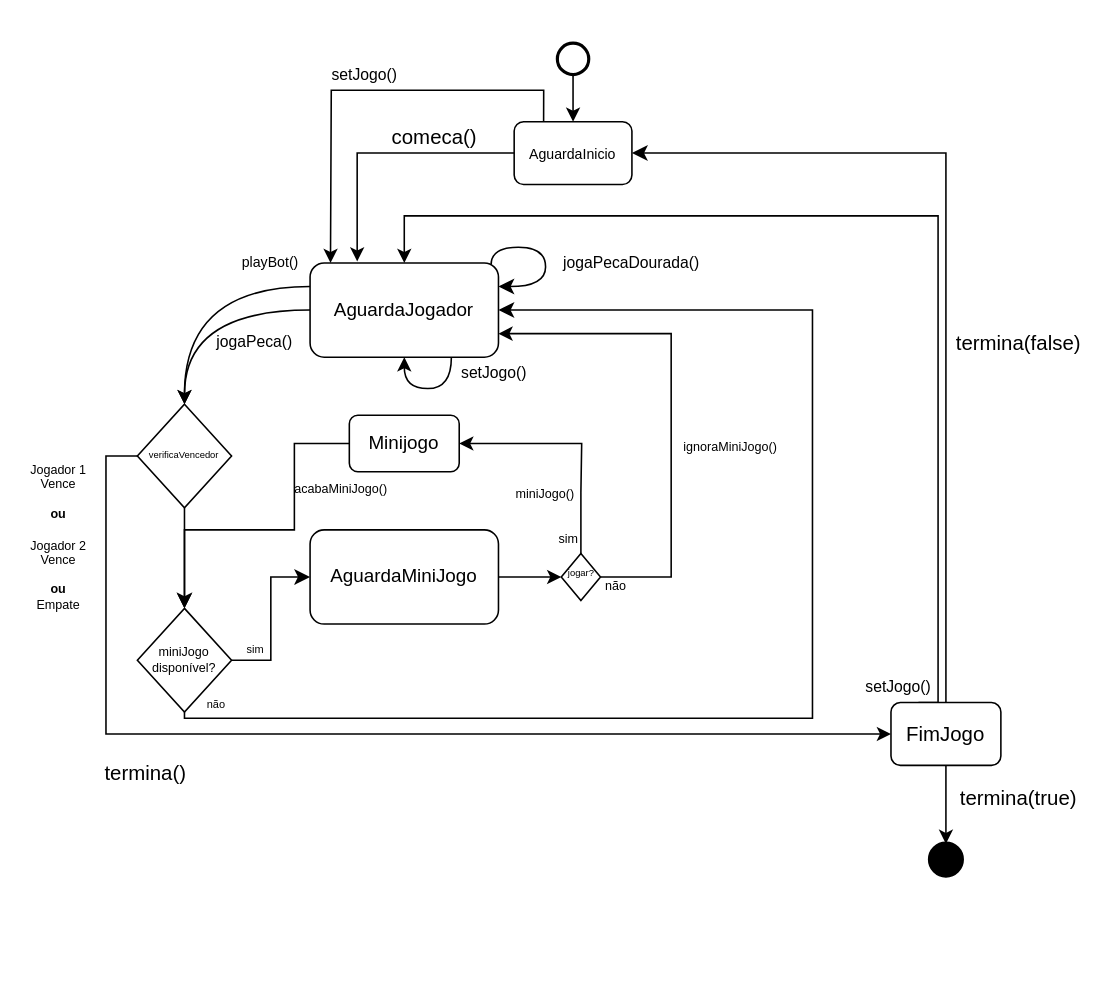
This is DiagramaMaquinaEstados.drawio from sirNugg3ts/Trabalho_PA_2021, a draw.io file, before an edit. Source tidied: cells renumbered, new cells numbered last; positions are measured from the earlier drawing's top-left corner, leaving out a move shared by most shapes. Both pictures are drawn from the tidied source at 157%, with x=0, y=0 at pixel (27, 42).
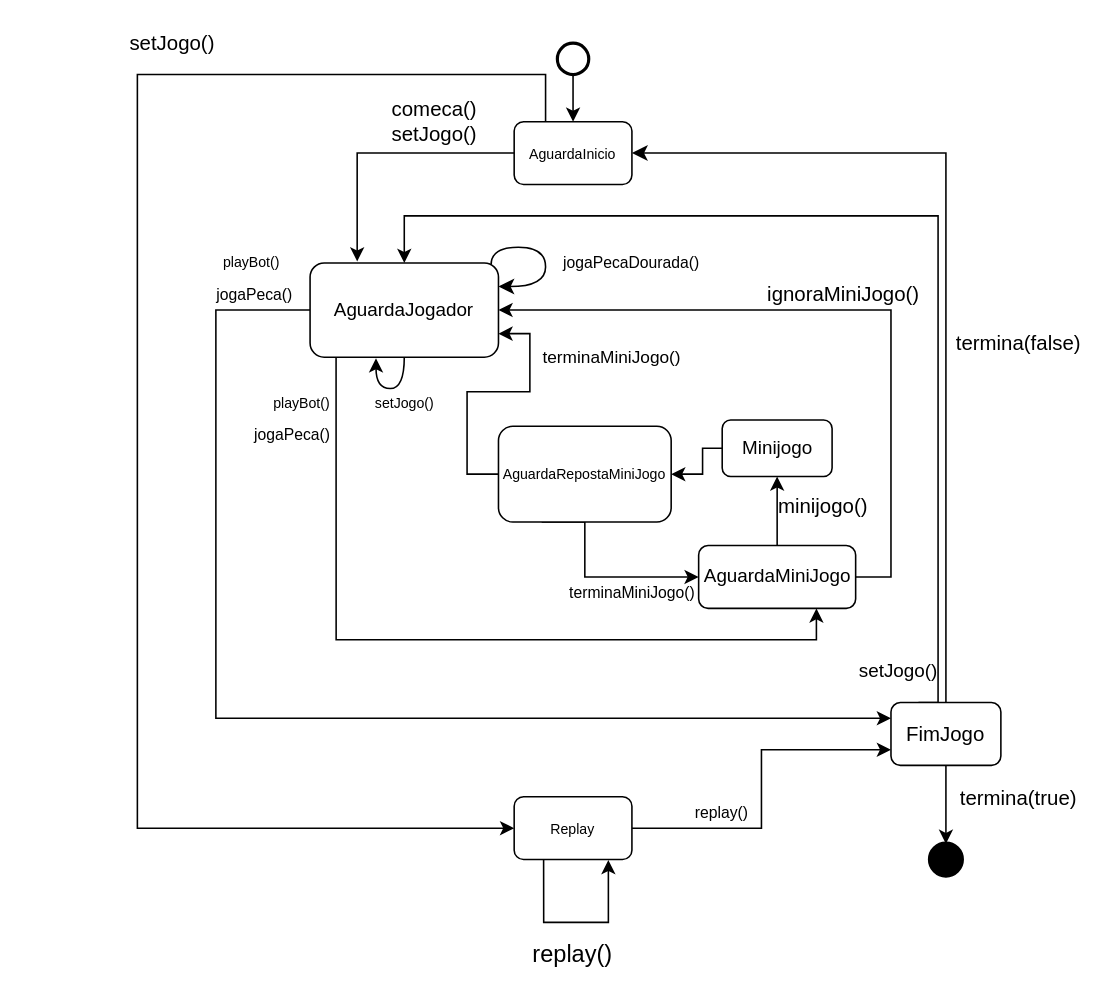
The same page after the edit.

The change refers to these unchanged cells:
```xml
<mxCell id="6" value="&lt;font style=&quot;font-size: 9px&quot;&gt;AguardaInicio&lt;/font&gt;" style="rounded=1;whiteSpace=wrap;html=1;" parent="1" vertex="1">
  <mxGeometry x="310" y="50" width="75" height="40" as="geometry" />
</mxCell>
<mxCell id="11" value="AguardaJogador" style="rounded=1;whiteSpace=wrap;html=1;" parent="1" vertex="1">
  <mxGeometry x="180" y="140" width="120" height="60" as="geometry" />
</mxCell>
<mxCell id="31" value="FimJogo" style="rounded=1;whiteSpace=wrap;html=1;fontSize=13;align=center;" parent="1" vertex="1">
  <mxGeometry x="550" y="420" width="70" height="40" as="geometry" />
</mxCell>
```

Diff of the diagram source:
```diff
@@
-    <mxCell id="5" style="edgeStyle=orthogonalEdgeStyle;rounded=0;jettySize=auto;html=1;exitX=0.25;exitY=0;exitDx=0;exitDy=0;" parent="1" edge="1" source="6">
-      <mxGeometry relative="1" as="geometry">
-        <mxPoint x="193" y="140" as="targetPoint" />
-      </mxGeometry>
-    </mxCell>
+    <mxCell id="49" style="edgeStyle=orthogonalEdgeStyle;rounded=0;jettySize=auto;html=1;entryX=0;entryY=0.5;entryDx=0;entryDy=0;" parent="1" edge="1" source="6" target="62">
+      <mxGeometry relative="1" as="geometry">
+        <Array as="points">
+          <mxPoint x="330" y="20" />
+          <mxPoint x="70" y="20" />
+          <mxPoint x="70" y="500" />
+        </Array>
+      </mxGeometry>
+    </mxCell>
@@
-    <mxCell id="7" style="edgeStyle=orthogonalEdgeStyle;curved=1;jettySize=auto;html=1;exitX=0;exitY=0.5;exitDx=0;exitDy=0;fontSize=5;entryX=0.5;entryY=0;entryDx=0;entryDy=0;" parent="1" edge="1" source="11" target="26">
-      <mxGeometry relative="1" as="geometry">
-        <Array as="points">
-          <mxPoint x="100" y="170" />
-        </Array>
-      </mxGeometry>
-    </mxCell>
-    <mxCell id="8" style="edgeStyle=orthogonalEdgeStyle;curved=1;jettySize=auto;html=1;exitX=0;exitY=0.25;exitDx=0;exitDy=0;fontSize=6;" parent="1" edge="1" source="11">
+    <mxCell id="8" style="edgeStyle=orthogonalEdgeStyle;jettySize=auto;html=1;exitX=0.138;exitY=0.993;exitDx=0;exitDy=0;fontSize=6;entryX=0.75;entryY=1;entryDx=0;entryDy=0;rounded=0;exitPerimeter=0;" parent="1" edge="1" source="11" target="13">
       <mxGeometry relative="1" as="geometry">
-        <mxPoint x="100" y="230" as="targetPoint" />
         <Array as="points">
-          <mxPoint x="100" y="155" />
+          <mxPoint x="197" y="380" />
+          <mxPoint x="503" y="380" />
         </Array>
       </mxGeometry>
     </mxCell>
@@
-    <mxCell id="10" style="edgeStyle=orthogonalEdgeStyle;orthogonalLoop=1;jettySize=auto;html=1;exitX=0.75;exitY=1;exitDx=0;exitDy=0;curved=1;entryX=0.5;entryY=1;entryDx=0;entryDy=0;" parent="1" edge="1" source="11" target="11">
+    <mxCell id="10" style="edgeStyle=orthogonalEdgeStyle;orthogonalLoop=1;jettySize=auto;html=1;exitX=0.5;exitY=1;exitDx=0;exitDy=0;curved=1;entryX=0.35;entryY=1.012;entryDx=0;entryDy=0;entryPerimeter=0;" parent="1" edge="1" source="11" target="11">
       <mxGeometry relative="1" as="geometry">
         <Array as="points">
-          <mxPoint x="270" y="220" />
           <mxPoint x="240" y="220" />
+          <mxPoint x="222" y="220" />
         </Array>
       </mxGeometry>
     </mxCell>
+    <mxCell id="50" style="edgeStyle=orthogonalEdgeStyle;rounded=0;jettySize=auto;html=1;exitX=0;exitY=0.5;exitDx=0;exitDy=0;entryX=0;entryY=0.25;entryDx=0;entryDy=0;fontSize=6;strokeColor=#000000;" parent="1" edge="1" source="11" target="31">
+      <mxGeometry relative="1" as="geometry">
+        <Array as="points">
+          <mxPoint x="120" y="170" />
+          <mxPoint x="120" y="430" />
+        </Array>
+      </mxGeometry>
+    </mxCell>
@@
-    <mxCell id="12" style="edgeStyle=none;curved=1;jettySize=auto;html=1;exitX=1;exitY=0.5;exitDx=0;exitDy=0;entryX=0;entryY=0.5;entryDx=0;entryDy=0;" parent="1" edge="1" source="13" target="15">
-      <mxGeometry relative="1" as="geometry" />
+    <mxCell id="12" style="edgeStyle=orthogonalEdgeStyle;jettySize=auto;html=1;exitX=1;exitY=0.5;exitDx=0;exitDy=0;entryX=1;entryY=0.5;entryDx=0;entryDy=0;rounded=0;" parent="1" edge="1" source="13" target="11">
+      <mxGeometry relative="1" as="geometry">
+        <Array as="points">
+          <mxPoint x="550" y="340" />
+          <mxPoint x="550" y="170" />
+        </Array>
+      </mxGeometry>
     </mxCell>
+    <mxCell id="51" style="edgeStyle=orthogonalEdgeStyle;rounded=0;jettySize=auto;html=1;exitX=0.5;exitY=0;exitDx=0;exitDy=0;entryX=0.5;entryY=1;entryDx=0;entryDy=0;" parent="1" edge="1" source="13" target="43">
+      <mxGeometry relative="1" as="geometry" />
+    </mxCell>
     <mxCell id="13" value="AguardaMiniJogo" style="rounded=1;whiteSpace=wrap;html=1;" parent="1" vertex="1">
-      <mxGeometry x="180" y="310" width="120" height="60" as="geometry" />
+      <mxGeometry x="427.5" y="320" width="100" height="40" as="geometry" />
     </mxCell>
-    <mxCell id="14" style="edgeStyle=orthogonalEdgeStyle;jettySize=auto;html=1;exitX=1;exitY=0.5;exitDx=0;exitDy=0;entryX=1;entryY=0.75;entryDx=0;entryDy=0;rounded=0;" parent="1" edge="1" source="15" target="11">
-      <mxGeometry relative="1" as="geometry">
-        <Array as="points">
-          <mxPoint x="410" y="340" />
-          <mxPoint x="410" y="185" />
-        </Array>
-      </mxGeometry>
-    </mxCell>
-    <mxCell id="15" value="&lt;p&gt;&lt;br&gt;&lt;/p&gt;" style="rhombus;verticalAlign=bottom;align=center;horizontal=1;labelPosition=center;verticalLabelPosition=middle;html=1;whiteSpace=wrap;" parent="1" vertex="1">
-      <mxGeometry x="340" y="325" width="25" height="30" as="geometry" />
-    </mxCell>
-    <mxCell id="16" value="&lt;font style=&quot;font-size: 8px&quot;&gt;ignoraMiniJogo()&lt;/font&gt;" style="text;html=1;strokeColor=none;fillColor=none;align=center;verticalAlign=middle;whiteSpace=wrap;rounded=0;" parent="1" vertex="1">
-      <mxGeometry x="427.5" y="246" width="40" height="20" as="geometry" />
+    <mxCell id="16" value="&lt;font style=&quot;font-size: 13px;&quot;&gt;ignoraMiniJogo()&lt;/font&gt;" style="text;html=1;strokeColor=none;fillColor=none;align=center;verticalAlign=middle;whiteSpace=wrap;rounded=0;fontSize=13;" parent="1" vertex="1">
+      <mxGeometry x="500" y="150" width="40" height="20" as="geometry" />
     </mxCell>
-    <mxCell id="17" value="&lt;font style=&quot;font-size: 8px&quot;&gt;não&lt;/font&gt;" style="text;html=1;strokeColor=none;fillColor=none;align=center;verticalAlign=middle;whiteSpace=wrap;rounded=0;" parent="1" vertex="1">
-      <mxGeometry x="355" y="335" width="40" height="20" as="geometry" />
-    </mxCell>
-    <mxCell id="18" style="edgeStyle=orthogonalEdgeStyle;rounded=0;jettySize=auto;html=1;exitX=0.5;exitY=0;exitDx=0;exitDy=0;entryX=1;entryY=0.5;entryDx=0;entryDy=0;" parent="1" edge="1" source="19" target="43">
-      <mxGeometry relative="1" as="geometry">
-        <Array as="points">
-          <mxPoint x="353" y="286" />
-          <mxPoint x="353" y="286" />
-          <mxPoint x="353" y="255" />
-        </Array>
-      </mxGeometry>
-    </mxCell>
-    <mxCell id="19" value="&lt;font style=&quot;font-size: 6px&quot;&gt;jogar?&lt;/font&gt;" style="text;html=1;strokeColor=none;fillColor=none;align=center;verticalAlign=middle;whiteSpace=wrap;rounded=0;" parent="1" vertex="1">
-      <mxGeometry x="332.5" y="326" width="40" height="20" as="geometry" />
-    </mxCell>
-    <mxCell id="20" value="&lt;font style=&quot;font-size: 8px&quot;&gt;sim&lt;/font&gt;" style="text;html=1;strokeColor=none;fillColor=none;align=center;verticalAlign=middle;whiteSpace=wrap;rounded=0;" parent="1" vertex="1">
-      <mxGeometry x="325" y="305" width="40" height="20" as="geometry" />
-    </mxCell>
-    <mxCell id="21" value="&lt;font style=&quot;font-size: 8px&quot;&gt;miniJogo()&lt;/font&gt;" style="text;html=1;strokeColor=none;fillColor=none;align=center;verticalAlign=middle;whiteSpace=wrap;rounded=0;" parent="1" vertex="1">
-      <mxGeometry x="310" y="276" width="40" height="20" as="geometry" />
+    <mxCell id="21" value="&lt;span style=&quot;font-size: 13px;&quot;&gt;minijogo()&lt;/span&gt;" style="text;html=1;strokeColor=none;fillColor=none;align=center;verticalAlign=middle;whiteSpace=wrap;rounded=0;fontSize=13;" parent="1" vertex="1">
+      <mxGeometry x="487" y="285" width="40" height="20" as="geometry" />
     </mxCell>
     <mxCell id="22" value="&lt;font style=&quot;font-size: 10px&quot;&gt;jogaPeca()&lt;/font&gt;" style="text;html=1;strokeColor=none;fillColor=none;align=center;verticalAlign=middle;whiteSpace=wrap;rounded=0;fontSize=6;" parent="1" vertex="1">
-      <mxGeometry x="70" y="180" width="150" height="20" as="geometry" />
+      <mxGeometry x="94" y="239" width="150" height="20" as="geometry" />
     </mxCell>
     <mxCell id="23" value="&lt;font style=&quot;font-size: 9px&quot;&gt;playBot()&lt;/font&gt;" style="text;html=1;strokeColor=none;fillColor=none;align=center;verticalAlign=middle;whiteSpace=wrap;rounded=0;fontSize=6;" parent="1" vertex="1">
-      <mxGeometry x="80" y="130" width="150" height="20" as="geometry" />
+      <mxGeometry x="100" y="220" width="150" height="20" as="geometry" />
     </mxCell>
-    <mxCell id="24" style="edgeStyle=orthogonalEdgeStyle;jettySize=auto;html=1;exitX=0;exitY=0.5;exitDx=0;exitDy=0;entryX=0;entryY=0.5;entryDx=0;entryDy=0;fontSize=13;rounded=0;" parent="1" edge="1" source="26" target="31">
-      <mxGeometry relative="1" as="geometry" />
-    </mxCell>
-    <mxCell id="25" style="edgeStyle=orthogonalEdgeStyle;rounded=0;jumpSize=6;jettySize=auto;html=1;fontSize=10;endSize=7;targetPerimeterSpacing=0;" parent="1" edge="1" source="26" target="37">
-      <mxGeometry relative="1" as="geometry" />
-    </mxCell>
-    <mxCell id="26" value="verificaVencedor" style="rhombus;whiteSpace=wrap;html=1;fontSize=6;align=center;" parent="1" vertex="1">
-      <mxGeometry x="70" y="230" width="60" height="66" as="geometry" />
-    </mxCell>
@@
-    <mxCell id="32" value="Jogador 1 Vence&lt;br style=&quot;font-size: 8px;&quot;&gt;&lt;br style=&quot;font-size: 8px;&quot;&gt;&lt;b style=&quot;font-size: 8px;&quot;&gt;ou&lt;/b&gt;&lt;br style=&quot;font-size: 8px;&quot;&gt;&lt;br style=&quot;font-size: 8px;&quot;&gt;Jogador 2 Vence&lt;br style=&quot;font-size: 8px;&quot;&gt;&lt;br style=&quot;font-size: 8px;&quot;&gt;&lt;b style=&quot;font-size: 8px;&quot;&gt;ou &lt;/b&gt;Empate" style="text;html=1;strokeColor=none;fillColor=none;align=center;verticalAlign=middle;whiteSpace=wrap;rounded=0;fontSize=8;" parent="1" vertex="1">
-      <mxGeometry y="305" width="40" height="20" as="geometry" />
-    </mxCell>
@@
-    <mxCell id="34" style="edgeStyle=orthogonalEdgeStyle;rounded=0;jumpSize=6;jettySize=auto;html=1;exitX=1;exitY=0.5;exitDx=0;exitDy=0;entryX=0;entryY=0.5;entryDx=0;entryDy=0;fontSize=10;endSize=7;targetPerimeterSpacing=0;" parent="1" edge="1" source="37" target="13">
-      <mxGeometry relative="1" as="geometry" />
-    </mxCell>
-    <mxCell id="35" value="sim" style="edgeLabel;html=1;align=center;verticalAlign=middle;fontSize=7;" parent="34" vertex="1">
-      <mxGeometry x="-0.46" y="-1" relative="1" as="geometry">
-        <mxPoint x="-12" y="-4" as="offset" />
-      </mxGeometry>
-    </mxCell>
-    <mxCell id="36" style="edgeStyle=orthogonalEdgeStyle;rounded=0;jumpSize=6;jettySize=auto;html=1;exitX=0.5;exitY=1;exitDx=0;exitDy=0;fontSize=7;endSize=7;targetPerimeterSpacing=0;" parent="1" edge="1" source="37">
-      <mxGeometry relative="1" as="geometry">
-        <mxPoint x="300" y="170" as="targetPoint" />
-        <Array as="points">
-          <mxPoint x="100" y="430" />
-          <mxPoint x="500" y="430" />
-          <mxPoint x="500" y="170" />
-        </Array>
-      </mxGeometry>
-    </mxCell>
-    <mxCell id="37" value="&lt;font style=&quot;font-size: 8px&quot;&gt;miniJogo &lt;br&gt;disponível?&lt;/font&gt;" style="rhombus;whiteSpace=wrap;html=1;fontSize=6;align=center;" parent="1" vertex="1">
-      <mxGeometry x="70" y="360" width="60" height="66" as="geometry" />
-    </mxCell>
-    <mxCell id="38" value="comeca()" style="edgeLabel;html=1;align=center;verticalAlign=middle;fontSize=13;" parent="1" vertex="1">
-      <mxGeometry x="310" y="60" as="geometry">
+    <mxCell id="38" value="comeca()&lt;br&gt;setJogo()" style="edgeLabel;html=1;align=center;verticalAlign=middle;fontSize=13;" parent="1" vertex="1">
+      <mxGeometry x="310" y="50" as="geometry">
         <mxPoint x="-52" y="-1" as="offset" />
       </mxGeometry>
     </mxCell>
-    <mxCell id="39" value="termina()" style="edgeLabel;html=1;align=center;verticalAlign=middle;fontSize=13;" parent="1" vertex="1">
-      <mxGeometry x="70" y="460" as="geometry">
-        <mxPoint x="4" y="4" as="offset" />
-      </mxGeometry>
-    </mxCell>
-    <mxCell id="40" value="não" style="edgeLabel;html=1;align=center;verticalAlign=middle;fontSize=7;" parent="1" vertex="1">
-      <mxGeometry x="155" y="400" as="geometry">
-        <mxPoint x="-36" y="21" as="offset" />
-      </mxGeometry>
-    </mxCell>
@@
-    <mxCell id="42" style="edgeStyle=orthogonalEdgeStyle;rounded=0;jettySize=auto;html=1;exitX=0;exitY=0.5;exitDx=0;exitDy=0;entryX=0.5;entryY=0;entryDx=0;entryDy=0;" parent="1" edge="1" source="43" target="37">
-      <mxGeometry relative="1" as="geometry">
-        <Array as="points">
-          <mxPoint x="170" y="255" />
-          <mxPoint x="170" y="310" />
-          <mxPoint x="100" y="310" />
-        </Array>
-      </mxGeometry>
-    </mxCell>
+    <mxCell id="52" style="edgeStyle=orthogonalEdgeStyle;rounded=0;jettySize=auto;html=1;exitX=0;exitY=0.5;exitDx=0;exitDy=0;entryX=1;entryY=0.5;entryDx=0;entryDy=0;fontSize=9;strokeColor=#000000;" parent="1" edge="1" source="43" target="55">
+      <mxGeometry relative="1" as="geometry">
+        <Array as="points">
+          <mxPoint x="430" y="258" />
+          <mxPoint x="430" y="275" />
+        </Array>
+      </mxGeometry>
+    </mxCell>
     <mxCell id="43" value="Minijogo" style="rounded=1;whiteSpace=wrap;html=1;" parent="1" vertex="1">
-      <mxGeometry x="205" y="237" width="70" height="36" as="geometry" />
+      <mxGeometry x="442.5" y="240" width="70" height="36" as="geometry" />
     </mxCell>
-    <mxCell id="44" value="&lt;font style=&quot;font-size: 10px&quot;&gt;setJogo()&lt;/font&gt;" style="text;html=1;strokeColor=none;fillColor=none;align=center;verticalAlign=middle;whiteSpace=wrap;rounded=0;fontSize=6;" parent="1" vertex="1">
-      <mxGeometry x="480" y="400" width="150" height="20" as="geometry" />
+    <mxCell id="44" value="&lt;font style=&quot;font-size: 12px;&quot;&gt;setJogo()&lt;/font&gt;" style="text;html=1;strokeColor=none;fillColor=none;align=center;verticalAlign=middle;whiteSpace=wrap;rounded=0;fontSize=12;" parent="1" vertex="1">
+      <mxGeometry x="480" y="390" width="150" height="20" as="geometry" />
     </mxCell>
-    <mxCell id="45" value="&lt;font style=&quot;font-size: 8px&quot;&gt;acabaMiniJogo()&lt;/font&gt;" style="text;html=1;strokeColor=none;fillColor=none;align=center;verticalAlign=middle;whiteSpace=wrap;rounded=0;" parent="1" vertex="1">
-      <mxGeometry x="180" y="273" width="40" height="20" as="geometry" />
-    </mxCell>
-    <mxCell id="46" value="&lt;font style=&quot;font-size: 10px&quot;&gt;setJogo()&lt;/font&gt;" style="text;html=1;strokeColor=none;fillColor=none;align=center;verticalAlign=middle;whiteSpace=wrap;rounded=0;fontSize=6;" parent="1" vertex="1">
-      <mxGeometry x="140" y="10" width="150" height="20" as="geometry" />
-    </mxCell>
-    <mxCell id="47" value="&lt;font style=&quot;font-size: 10px&quot;&gt;setJogo()&lt;/font&gt;" style="text;html=1;strokeColor=none;fillColor=none;align=center;verticalAlign=middle;whiteSpace=wrap;rounded=0;fontSize=6;" parent="1" vertex="1">
-      <mxGeometry x="275" y="200" width="45" height="20" as="geometry" />
+    <mxCell id="47" value="&lt;font style=&quot;font-size: 9px&quot;&gt;setJogo()&lt;/font&gt;" style="text;html=1;strokeColor=none;fillColor=none;align=center;verticalAlign=middle;whiteSpace=wrap;rounded=0;fontSize=6;" parent="1" vertex="1">
+      <mxGeometry x="217.5" y="220" width="45" height="20" as="geometry" />
     </mxCell>
@@
+    <mxCell id="53" style="edgeStyle=orthogonalEdgeStyle;jettySize=auto;html=1;exitX=0.25;exitY=1;exitDx=0;exitDy=0;fontSize=9;strokeColor=#000000;entryX=0;entryY=0.5;entryDx=0;entryDy=0;rounded=0;" parent="1" edge="1" source="55" target="13">
+      <mxGeometry relative="1" as="geometry">
+        <Array as="points">
+          <mxPoint x="355" y="305" />
+          <mxPoint x="355" y="340" />
+        </Array>
+      </mxGeometry>
+    </mxCell>
+    <mxCell id="54" style="edgeStyle=orthogonalEdgeStyle;rounded=0;jettySize=auto;html=1;exitX=0;exitY=0.5;exitDx=0;exitDy=0;entryX=1;entryY=0.75;entryDx=0;entryDy=0;fontSize=9;strokeColor=#000000;" parent="1" edge="1" source="55" target="11">
+      <mxGeometry relative="1" as="geometry" />
+    </mxCell>
+    <mxCell id="55" value="AguardaRepostaMiniJogo" style="rounded=1;whiteSpace=wrap;html=1;fontSize=9;" parent="1" vertex="1">
+      <mxGeometry x="300" y="244" width="110" height="61" as="geometry" />
+    </mxCell>
+    <mxCell id="56" value="&lt;font style=&quot;font-size: 10px&quot;&gt;terminaMiniJogo()&lt;/font&gt;" style="text;html=1;strokeColor=none;fillColor=none;align=center;verticalAlign=middle;whiteSpace=wrap;rounded=0;fontSize=6;" parent="1" vertex="1">
+      <mxGeometry x="362.5" y="340" width="45" height="20" as="geometry" />
+    </mxCell>
+    <mxCell id="57" value="&lt;font style=&quot;font-size: 11px&quot;&gt;terminaMiniJogo()&lt;/font&gt;" style="text;html=1;strokeColor=none;fillColor=none;align=center;verticalAlign=middle;whiteSpace=wrap;rounded=0;fontSize=6;" parent="1" vertex="1">
+      <mxGeometry x="350" y="190" width="45" height="20" as="geometry" />
+    </mxCell>
+    <mxCell id="58" value="&lt;font style=&quot;font-size: 9px&quot;&gt;playBot()&lt;/font&gt;" style="text;html=1;strokeColor=none;fillColor=none;align=center;verticalAlign=middle;whiteSpace=wrap;rounded=0;fontSize=6;" parent="1" vertex="1">
+      <mxGeometry x="67.5" y="130" width="150" height="20" as="geometry" />
+    </mxCell>
+    <mxCell id="59" value="&lt;font style=&quot;font-size: 10px&quot;&gt;jogaPeca()&lt;/font&gt;" style="text;html=1;strokeColor=none;fillColor=none;align=center;verticalAlign=middle;whiteSpace=wrap;rounded=0;fontSize=6;" parent="1" vertex="1">
+      <mxGeometry x="70" y="150" width="150" height="20" as="geometry" />
+    </mxCell>
+    <mxCell id="60" style="edgeStyle=orthogonalEdgeStyle;rounded=0;jettySize=auto;html=1;exitX=0.25;exitY=1;exitDx=0;exitDy=0;" parent="1" edge="1" source="62">
+      <mxGeometry relative="1" as="geometry">
+        <mxPoint x="370" y="520.3" as="targetPoint" />
+        <Array as="points">
+          <mxPoint x="329" y="560" />
+          <mxPoint x="370" y="560" />
+        </Array>
+      </mxGeometry>
+    </mxCell>
+    <mxCell id="61" style="edgeStyle=orthogonalEdgeStyle;rounded=0;jettySize=auto;html=1;exitX=1;exitY=0.5;exitDx=0;exitDy=0;entryX=0;entryY=0.75;entryDx=0;entryDy=0;" parent="1" edge="1" source="62" target="31">
+      <mxGeometry relative="1" as="geometry" />
+    </mxCell>
+    <mxCell id="62" value="&lt;font style=&quot;font-size: 9px&quot;&gt;Replay&lt;/font&gt;" style="rounded=1;whiteSpace=wrap;html=1;" parent="1" vertex="1">
+      <mxGeometry x="310" y="480" width="75" height="40" as="geometry" />
+    </mxCell>
+    <mxCell id="46" value="&lt;font style=&quot;font-size: 13px&quot;&gt;setJogo()&lt;/font&gt;" style="text;html=1;strokeColor=none;fillColor=none;align=center;verticalAlign=middle;whiteSpace=wrap;rounded=0;fontSize=6;" parent="1" vertex="1">
+      <mxGeometry x="70" y="-10" width="45" height="20" as="geometry" />
+    </mxCell>
+    <mxCell id="63" value="&lt;font style=&quot;font-size: 15px;&quot;&gt;replay()&lt;/font&gt;" style="text;html=1;strokeColor=none;fillColor=none;align=center;verticalAlign=middle;whiteSpace=wrap;rounded=0;fontSize=15;" parent="1" vertex="1">
+      <mxGeometry x="325" y="570" width="45" height="20" as="geometry" />
+    </mxCell>
+    <mxCell id="64" value="&lt;font style=&quot;font-size: 10px&quot;&gt;replay()&lt;/font&gt;" style="text;html=1;strokeColor=none;fillColor=none;align=center;verticalAlign=middle;whiteSpace=wrap;rounded=0;fontSize=6;" parent="1" vertex="1">
+      <mxGeometry x="420" y="480" width="45" height="20" as="geometry" />
+    </mxCell>
```
